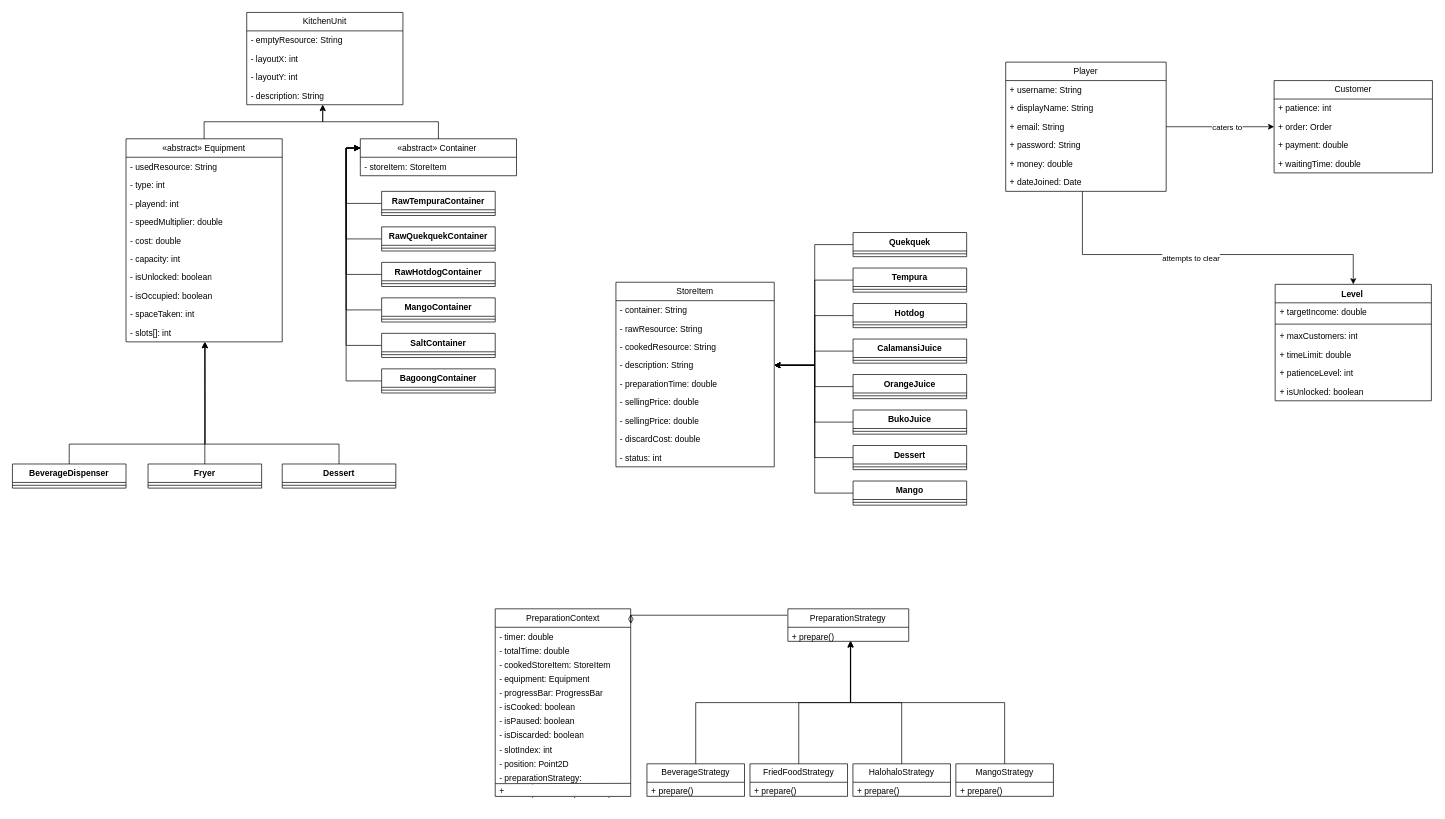
This is CookingIna_ClassDiagram.drawio from ero-s/Cooking-Ina-Ang-Sarap-, a draw.io file, before an edit. Source tidied: cells renumbered, new cells numbered last; positions are measured from the earlier drawing's top-left corner, leaving out a move shared by most shapes. Both pictures are drawn from the tidied source at 71%, with x=0, y=0 at pixel (12, 12).
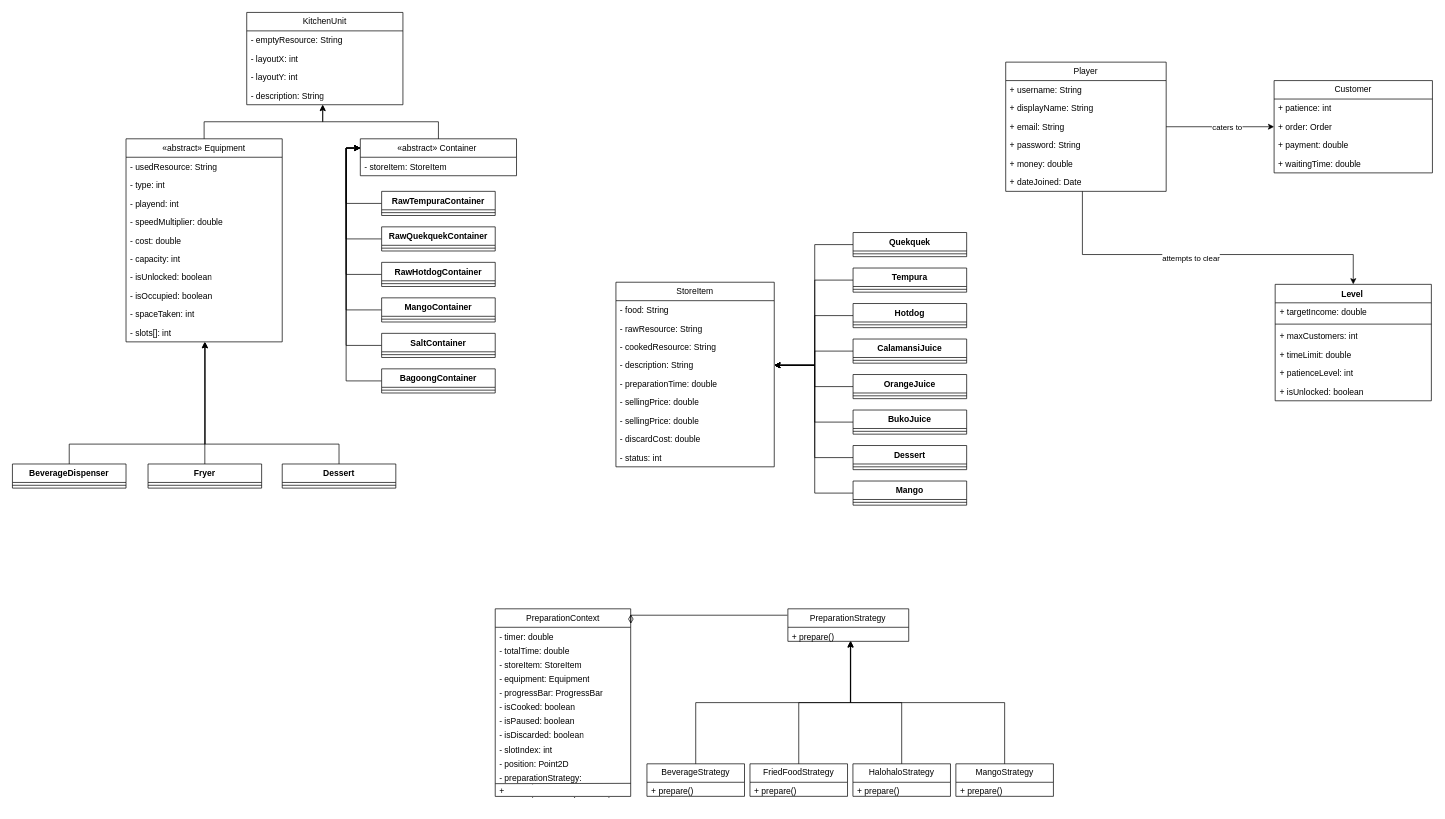
The same diagram, later.

Unchanged cells that the change refers to:
```xml
<mxCell id="72" value="StoreItem" style="swimlane;fontStyle=0;horizontal=1;startSize=26;fillColor=none;whiteSpace=wrap;html=1;" parent="1" vertex="1">
  <mxGeometry x="850" y="380" width="223" height="260" as="geometry" />
</mxCell>
<mxCell id="106" value="PreparationContext" style="swimlane;fontStyle=0;horizontal=1;startSize=26;fillColor=none;whiteSpace=wrap;html=1;" parent="1" vertex="1">
  <mxGeometry x="680" y="840" width="190.8" height="264.2" as="geometry" />
</mxCell>
```

What changed in the source:
```diff
@@
-    <mxCell id="73" value="- container: String&amp;nbsp;" style="text;strokeColor=none;fillColor=none;align=left;verticalAlign=top;spacingLeft=4;spacingRight=4;overflow=hidden;whiteSpace=wrap;html=1;" parent="72" vertex="1">
+    <mxCell id="73" value="- food: String&amp;nbsp;" style="text;strokeColor=none;fillColor=none;align=left;verticalAlign=top;spacingLeft=4;spacingRight=4;overflow=hidden;whiteSpace=wrap;html=1;" parent="72" vertex="1">
       <mxGeometry y="26" width="223" height="26" as="geometry" />
     </mxCell>
@@
-    <mxCell id="109" value="-&amp;nbsp;cookedStoreItem: StoreItem" style="text;strokeColor=none;fillColor=none;align=left;verticalAlign=top;spacingLeft=4;spacingRight=4;overflow=hidden;whiteSpace=wrap;html=1;" parent="106" vertex="1">
+    <mxCell id="109" value="-&amp;nbsp;storeItem: StoreItem" style="text;strokeColor=none;fillColor=none;align=left;verticalAlign=top;spacingLeft=4;spacingRight=4;overflow=hidden;whiteSpace=wrap;html=1;" parent="106" vertex="1">
       <mxGeometry y="65.7" width="190.8" height="19.8" as="geometry" />
     </mxCell>
```
